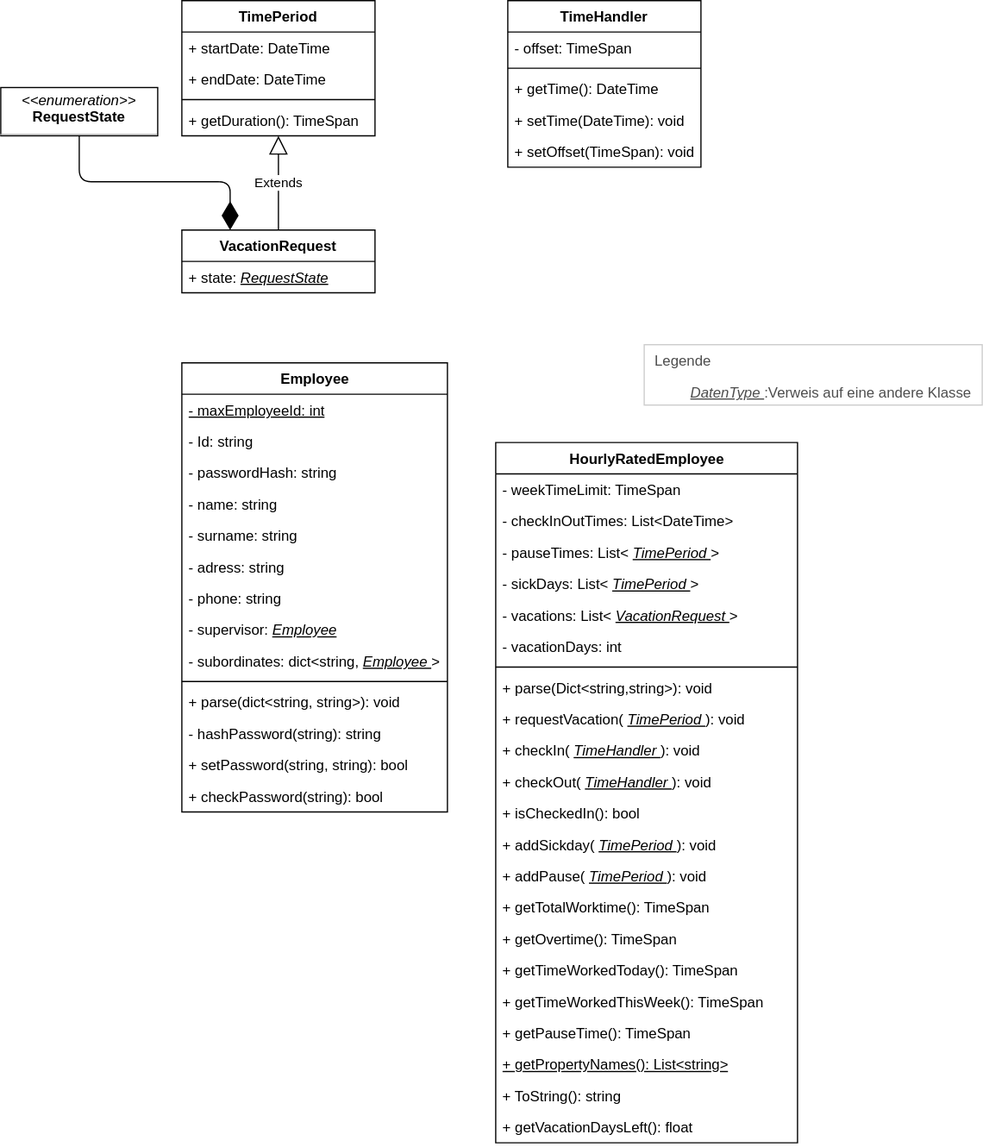
Earlier version of the draw.io export classdiagramm_ll.drawio.svg (leon2225/Mitarbeiterverwaltung). Source tidied: cells renumbered, new cells last; positions are measured from the earlier drawing's top-left corner, leaving out a move shared by most shapes.
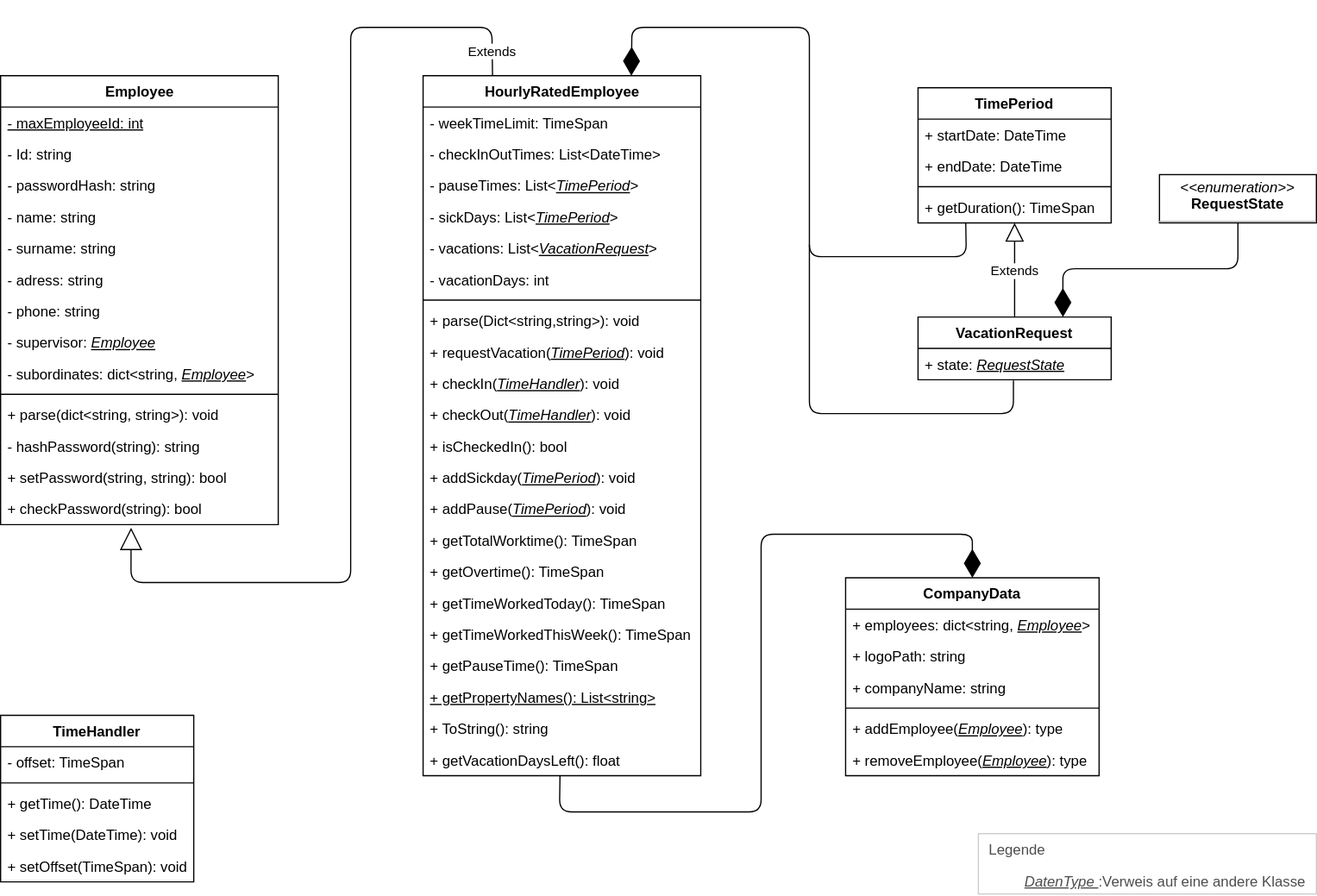
Later version of the same file.

Change to the diagram source:
```diff
@@ -5,3 +5,3 @@
     <mxCell id="2" style="group;" parent="1" vertex="1">
-      <mxGeometry x="533" y="285" width="280" height="50" as="geometry" />
+      <mxGeometry x="1082" y="713" width="280" height="50" as="geometry" />
     </mxCell>
@@ -14,3 +14,3 @@
     <mxCell id="5" value="TimePeriod" style="swimlane;fontStyle=1;align=center;verticalAlign=top;horizontal=1;startSize=26;" parent="1" vertex="1">
-      <mxGeometry x="150" width="160" height="112" as="geometry" />
+      <mxGeometry x="1032" y="95" width="160" height="112" as="geometry" />
     </mxCell>
@@ -29,6 +29,6 @@
     <mxCell id="10" value="&lt;p style=&quot;margin: 0px ; margin-top: 4px ; text-align: center&quot;&gt;&lt;i&gt;&amp;lt;&amp;lt;enumeration&amp;gt;&amp;gt;&lt;/i&gt;&lt;br&gt;&lt;b&gt;RequestState&lt;/b&gt;&lt;/p&gt;&lt;hr size=&quot;1&quot;&gt;&lt;p style=&quot;margin: 0px ; margin-left: 4px&quot;&gt;&lt;/p&gt;&lt;p style=&quot;margin: 0px ; margin-left: 4px&quot;&gt;&lt;br&gt;&lt;/p&gt;" style="verticalAlign=top;align=left;overflow=fill;fontSize=12;fontFamily=Helvetica;html=1;" parent="1" vertex="1">
-      <mxGeometry y="72" width="130" height="40" as="geometry" />
+      <mxGeometry x="1232" y="167" width="130" height="40" as="geometry" />
     </mxCell>
     <mxCell id="11" value="TimeHandler" style="swimlane;fontStyle=1;align=center;verticalAlign=top;horizontal=1;startSize=26;" parent="1" vertex="1">
-      <mxGeometry x="420" width="160" height="138" as="geometry" />
+      <mxGeometry x="272" y="615" width="160" height="138" as="geometry" />
     </mxCell>
@@ -50,3 +50,3 @@
     <mxCell id="17" value="VacationRequest" style="swimlane;fontStyle=1;align=center;verticalAlign=top;horizontal=1;startSize=26;" parent="1" vertex="1">
-      <mxGeometry x="150" y="190" width="160" height="52" as="geometry" />
+      <mxGeometry x="1032" y="285" width="160" height="52" as="geometry" />
     </mxCell>
@@ -58,7 +58,7 @@
     </mxCell>
-    <mxCell id="20" style="endArrow=diamondThin;endFill=1;endSize=21;html=1;exitX=0.5;exitY=1;exitDx=0;exitDy=0;entryX=0.25;entryY=0;entryDx=0;entryDy=0;" parent="1" edge="1" source="10" target="17">
+    <mxCell id="20" style="endArrow=diamondThin;endFill=1;endSize=21;html=1;exitX=0.5;exitY=1;exitDx=0;exitDy=0;entryX=0.75;entryY=0;entryDx=0;entryDy=0;" parent="1" edge="1" source="10" target="17">
       <mxGeometry relative="1" as="geometry">
         <Array as="points">
-          <mxPoint x="65" y="150" />
-          <mxPoint x="190" y="150" />
+          <mxPoint x="1297" y="245" />
+          <mxPoint x="1152" y="245" />
         </Array>
@@ -67,115 +67,175 @@
     <mxCell id="21" value="Employee" style="swimlane;fontStyle=1;align=center;verticalAlign=top;horizontal=1;startSize=26;html=1;" parent="1" vertex="1">
-      <mxGeometry x="150" y="300" width="220" height="372" as="geometry" />
+      <mxGeometry x="272" y="85" width="230" height="372" as="geometry" />
     </mxCell>
     <mxCell id="22" value="&lt;u&gt;- maxEmployeeId: int&lt;/u&gt;" style="text;strokeColor=none;fillColor=none;align=left;verticalAlign=top;spacingLeft=4;spacingRight=4;overflow=hidden;html=1;" parent="21" vertex="1">
-      <mxGeometry y="26" width="220" height="26" as="geometry" />
+      <mxGeometry y="26" width="230" height="26" as="geometry" />
     </mxCell>
     <mxCell id="23" value="- Id: string" style="text;strokeColor=none;fillColor=none;align=left;verticalAlign=top;spacingLeft=4;spacingRight=4;overflow=hidden;html=1;" parent="21" vertex="1">
-      <mxGeometry y="52" width="220" height="26" as="geometry" />
+      <mxGeometry y="52" width="230" height="26" as="geometry" />
     </mxCell>
     <mxCell id="24" value="- passwordHash: string" style="text;strokeColor=none;fillColor=none;align=left;verticalAlign=top;spacingLeft=4;spacingRight=4;overflow=hidden;html=1;" parent="21" vertex="1">
-      <mxGeometry y="78" width="220" height="26" as="geometry" />
+      <mxGeometry y="78" width="230" height="26" as="geometry" />
     </mxCell>
     <mxCell id="25" value="- name: string" style="text;strokeColor=none;fillColor=none;align=left;verticalAlign=top;spacingLeft=4;spacingRight=4;overflow=hidden;html=1;" parent="21" vertex="1">
-      <mxGeometry y="104" width="220" height="26" as="geometry" />
+      <mxGeometry y="104" width="230" height="26" as="geometry" />
     </mxCell>
     <mxCell id="26" value="- surname: string" style="text;strokeColor=none;fillColor=none;align=left;verticalAlign=top;spacingLeft=4;spacingRight=4;overflow=hidden;html=1;" parent="21" vertex="1">
-      <mxGeometry y="130" width="220" height="26" as="geometry" />
+      <mxGeometry y="130" width="230" height="26" as="geometry" />
     </mxCell>
     <mxCell id="27" value="- adress: string" style="text;strokeColor=none;fillColor=none;align=left;verticalAlign=top;spacingLeft=4;spacingRight=4;overflow=hidden;html=1;" parent="21" vertex="1">
-      <mxGeometry y="156" width="220" height="26" as="geometry" />
+      <mxGeometry y="156" width="230" height="26" as="geometry" />
     </mxCell>
     <mxCell id="28" value="- phone: string" style="text;strokeColor=none;fillColor=none;align=left;verticalAlign=top;spacingLeft=4;spacingRight=4;overflow=hidden;html=1;" parent="21" vertex="1">
-      <mxGeometry y="182" width="220" height="26" as="geometry" />
+      <mxGeometry y="182" width="230" height="26" as="geometry" />
     </mxCell>
     <mxCell id="29" value="- supervisor: &lt;u&gt;&lt;i&gt;Employee&lt;/i&gt;&lt;/u&gt;" style="text;strokeColor=none;fillColor=none;align=left;verticalAlign=top;spacingLeft=4;spacingRight=4;overflow=hidden;html=1;" parent="21" vertex="1">
-      <mxGeometry y="208" width="220" height="26" as="geometry" />
+      <mxGeometry y="208" width="230" height="26" as="geometry" />
     </mxCell>
     <mxCell id="30" value="- subordinates: dict&amp;lt;string, &lt;u&gt;&lt;i&gt;Employee&lt;/i&gt;&lt;/u&gt;&amp;gt;" style="text;strokeColor=none;fillColor=none;align=left;verticalAlign=top;spacingLeft=4;spacingRight=4;overflow=hidden;html=1;" parent="21" vertex="1">
-      <mxGeometry y="234" width="220" height="26" as="geometry" />
+      <mxGeometry y="234" width="230" height="26" as="geometry" />
     </mxCell>
     <mxCell id="31" style="line;strokeWidth=1;fillColor=none;align=left;verticalAlign=middle;spacingTop=-1;spacingLeft=3;spacingRight=3;labelPosition=right;html=1;" parent="21" vertex="1">
-      <mxGeometry y="260" width="220" height="8" as="geometry" />
+      <mxGeometry y="260" width="230" height="8" as="geometry" />
     </mxCell>
     <mxCell id="32" value="+ parse(dict&amp;lt;string, string&amp;gt;): void" style="text;strokeColor=none;fillColor=none;align=left;verticalAlign=top;spacingLeft=4;spacingRight=4;overflow=hidden;html=1;" parent="21" vertex="1">
-      <mxGeometry y="268" width="220" height="26" as="geometry" />
+      <mxGeometry y="268" width="230" height="26" as="geometry" />
     </mxCell>
     <mxCell id="33" value="- hashPassword(string): string" style="text;strokeColor=none;fillColor=none;align=left;verticalAlign=top;spacingLeft=4;spacingRight=4;overflow=hidden;html=1;" parent="21" vertex="1">
-      <mxGeometry y="294" width="220" height="26" as="geometry" />
+      <mxGeometry y="294" width="230" height="26" as="geometry" />
     </mxCell>
     <mxCell id="34" value="+ setPassword(string, string): bool" style="text;strokeColor=none;fillColor=none;align=left;verticalAlign=top;spacingLeft=4;spacingRight=4;overflow=hidden;html=1;" parent="21" vertex="1">
-      <mxGeometry y="320" width="220" height="26" as="geometry" />
+      <mxGeometry y="320" width="230" height="26" as="geometry" />
     </mxCell>
     <mxCell id="35" value="+ checkPassword(string): bool" style="text;strokeColor=none;fillColor=none;align=left;verticalAlign=top;spacingLeft=4;spacingRight=4;overflow=hidden;points=[[0,0.5],[1,0.5]];portConstraint=eastwest;html=1;" parent="21" vertex="1">
-      <mxGeometry y="346" width="220" height="26" as="geometry" />
+      <mxGeometry y="346" width="230" height="26" as="geometry" />
     </mxCell>
     <mxCell id="36" value="HourlyRatedEmployee" style="swimlane;fontStyle=1;align=center;verticalAlign=top;horizontal=1;startSize=26;html=1;" parent="1" vertex="1">
-      <mxGeometry x="410" y="366" width="250" height="580" as="geometry" />
+      <mxGeometry x="622" y="85" width="230" height="580" as="geometry" />
     </mxCell>
     <mxCell id="37" value="- weekTimeLimit: TimeSpan" style="text;strokeColor=none;fillColor=none;align=left;verticalAlign=top;spacingLeft=4;spacingRight=4;overflow=hidden;html=1;" parent="36" vertex="1">
-      <mxGeometry y="26" width="250" height="26" as="geometry" />
+      <mxGeometry y="26" width="230" height="26" as="geometry" />
     </mxCell>
     <mxCell id="38" value="- checkInOutTimes: List&amp;lt;DateTime&amp;gt;" style="text;strokeColor=none;fillColor=none;align=left;verticalAlign=top;spacingLeft=4;spacingRight=4;overflow=hidden;html=1;" parent="36" vertex="1">
-      <mxGeometry y="52" width="250" height="26" as="geometry" />
+      <mxGeometry y="52" width="230" height="26" as="geometry" />
     </mxCell>
     <mxCell id="39" value="- pauseTimes: List&amp;lt;&lt;i&gt;&lt;u&gt;TimePeriod&lt;/u&gt;&lt;/i&gt;&amp;gt;" style="text;strokeColor=none;fillColor=none;align=left;verticalAlign=top;spacingLeft=4;spacingRight=4;overflow=hidden;html=1;" parent="36" vertex="1">
-      <mxGeometry y="78" width="250" height="26" as="geometry" />
+      <mxGeometry y="78" width="230" height="26" as="geometry" />
     </mxCell>
     <mxCell id="40" value="- sickDays: List&amp;lt;&lt;i&gt;&lt;u&gt;TimePeriod&lt;/u&gt;&lt;/i&gt;&amp;gt;" style="text;strokeColor=none;fillColor=none;align=left;verticalAlign=top;spacingLeft=4;spacingRight=4;overflow=hidden;html=1;" parent="36" vertex="1">
-      <mxGeometry y="104" width="250" height="26" as="geometry" />
+      <mxGeometry y="104" width="230" height="26" as="geometry" />
     </mxCell>
     <mxCell id="41" value="- vacations: List&amp;lt;&lt;i&gt;&lt;u&gt;VacationRequest&lt;/u&gt;&lt;/i&gt;&amp;gt;" style="text;strokeColor=none;fillColor=none;align=left;verticalAlign=top;spacingLeft=4;spacingRight=4;overflow=hidden;html=1;" parent="36" vertex="1">
-      <mxGeometry y="130" width="250" height="26" as="geometry" />
+      <mxGeometry y="130" width="230" height="26" as="geometry" />
     </mxCell>
     <mxCell id="42" value="- vacationDays: int" style="text;strokeColor=none;fillColor=none;align=left;verticalAlign=top;spacingLeft=4;spacingRight=4;overflow=hidden;html=1;" parent="36" vertex="1">
-      <mxGeometry y="156" width="250" height="26" as="geometry" />
+      <mxGeometry y="156" width="230" height="26" as="geometry" />
     </mxCell>
     <mxCell id="43" style="line;strokeWidth=1;fillColor=none;align=left;verticalAlign=middle;spacingTop=-1;spacingLeft=3;spacingRight=3;labelPosition=right;html=1;" parent="36" vertex="1">
-      <mxGeometry y="182" width="250" height="8" as="geometry" />
+      <mxGeometry y="182" width="230" height="8" as="geometry" />
     </mxCell>
     <mxCell id="44" value="+ parse(Dict&amp;lt;string,string&amp;gt;): void" style="text;strokeColor=none;fillColor=none;align=left;verticalAlign=top;spacingLeft=4;spacingRight=4;overflow=hidden;html=1;" parent="36" vertex="1">
-      <mxGeometry y="190" width="250" height="26" as="geometry" />
+      <mxGeometry y="190" width="230" height="26" as="geometry" />
     </mxCell>
     <mxCell id="45" value="+ requestVacation(&lt;i&gt;&lt;u&gt;TimePeriod&lt;/u&gt;&lt;/i&gt;): void" style="text;strokeColor=none;fillColor=none;align=left;verticalAlign=top;spacingLeft=4;spacingRight=4;overflow=hidden;html=1;" parent="36" vertex="1">
-      <mxGeometry y="216" width="250" height="26" as="geometry" />
+      <mxGeometry y="216" width="230" height="26" as="geometry" />
     </mxCell>
     <mxCell id="46" value="+ checkIn(&lt;i&gt;&lt;u&gt;TimeHandler&lt;/u&gt;&lt;/i&gt;): void&amp;nbsp;" style="text;strokeColor=none;fillColor=none;align=left;verticalAlign=top;spacingLeft=4;spacingRight=4;overflow=hidden;html=1;" parent="36" vertex="1">
-      <mxGeometry y="242" width="250" height="26" as="geometry" />
+      <mxGeometry y="242" width="230" height="26" as="geometry" />
     </mxCell>
     <mxCell id="47" value="+ checkOut(&lt;i&gt;&lt;u&gt;TimeHandler&lt;/u&gt;&lt;/i&gt;): void&amp;nbsp;" style="text;strokeColor=none;fillColor=none;align=left;verticalAlign=top;spacingLeft=4;spacingRight=4;overflow=hidden;html=1;" parent="36" vertex="1">
-      <mxGeometry y="268" width="250" height="26" as="geometry" />
+      <mxGeometry y="268" width="230" height="26" as="geometry" />
     </mxCell>
     <mxCell id="48" value="+ isCheckedIn(): bool&amp;nbsp;" style="text;strokeColor=none;fillColor=none;align=left;verticalAlign=top;spacingLeft=4;spacingRight=4;overflow=hidden;html=1;" parent="36" vertex="1">
-      <mxGeometry y="294" width="250" height="26" as="geometry" />
+      <mxGeometry y="294" width="230" height="26" as="geometry" />
     </mxCell>
     <mxCell id="49" value="+ addSickday(&lt;i&gt;&lt;u&gt;TimePeriod&lt;/u&gt;&lt;/i&gt;): void" style="text;strokeColor=none;fillColor=none;align=left;verticalAlign=top;spacingLeft=4;spacingRight=4;overflow=hidden;html=1;" parent="36" vertex="1">
-      <mxGeometry y="320" width="250" height="26" as="geometry" />
+      <mxGeometry y="320" width="230" height="26" as="geometry" />
     </mxCell>
     <mxCell id="50" value="+ addPause(&lt;i&gt;&lt;u&gt;TimePeriod&lt;/u&gt;&lt;/i&gt;): void" style="text;strokeColor=none;fillColor=none;align=left;verticalAlign=top;spacingLeft=4;spacingRight=4;overflow=hidden;html=1;" parent="36" vertex="1">
-      <mxGeometry y="346" width="250" height="26" as="geometry" />
+      <mxGeometry y="346" width="230" height="26" as="geometry" />
     </mxCell>
     <mxCell id="51" value="+ getTotalWorktime(): TimeSpan" style="text;strokeColor=none;fillColor=none;align=left;verticalAlign=top;spacingLeft=4;spacingRight=4;overflow=hidden;html=1;" parent="36" vertex="1">
-      <mxGeometry y="372" width="250" height="26" as="geometry" />
+      <mxGeometry y="372" width="230" height="26" as="geometry" />
     </mxCell>
     <mxCell id="52" value="+ getOvertime(): TimeSpan" style="text;strokeColor=none;fillColor=none;align=left;verticalAlign=top;spacingLeft=4;spacingRight=4;overflow=hidden;html=1;" parent="36" vertex="1">
-      <mxGeometry y="398" width="250" height="26" as="geometry" />
+      <mxGeometry y="398" width="230" height="26" as="geometry" />
     </mxCell>
     <mxCell id="53" value="+ getTimeWorkedToday(): TimeSpan" style="text;strokeColor=none;fillColor=none;align=left;verticalAlign=top;spacingLeft=4;spacingRight=4;overflow=hidden;html=1;" parent="36" vertex="1">
-      <mxGeometry y="424" width="250" height="26" as="geometry" />
+      <mxGeometry y="424" width="230" height="26" as="geometry" />
     </mxCell>
     <mxCell id="54" value="+ getTimeWorkedThisWeek(): TimeSpan" style="text;strokeColor=none;fillColor=none;align=left;verticalAlign=top;spacingLeft=4;spacingRight=4;overflow=hidden;html=1;" parent="36" vertex="1">
-      <mxGeometry y="450" width="250" height="26" as="geometry" />
+      <mxGeometry y="450" width="230" height="26" as="geometry" />
     </mxCell>
     <mxCell id="55" value="+ getPauseTime(): TimeSpan" style="text;strokeColor=none;fillColor=none;align=left;verticalAlign=top;spacingLeft=4;spacingRight=4;overflow=hidden;html=1;" parent="36" vertex="1">
-      <mxGeometry y="476" width="250" height="26" as="geometry" />
+      <mxGeometry y="476" width="230" height="26" as="geometry" />
     </mxCell>
     <mxCell id="56" value="+ getPropertyNames(): List&amp;lt;string&amp;gt;" style="text;strokeColor=none;fillColor=none;align=left;verticalAlign=top;spacingLeft=4;spacingRight=4;overflow=hidden;html=1;fontStyle=4;" parent="36" vertex="1">
-      <mxGeometry y="502" width="250" height="26" as="geometry" />
+      <mxGeometry y="502" width="230" height="26" as="geometry" />
     </mxCell>
     <mxCell id="57" value="+ ToString(): string" style="text;strokeColor=none;fillColor=none;align=left;verticalAlign=top;spacingLeft=4;spacingRight=4;overflow=hidden;html=1;" parent="36" vertex="1">
-      <mxGeometry y="528" width="250" height="26" as="geometry" />
+      <mxGeometry y="528" width="230" height="26" as="geometry" />
     </mxCell>
     <mxCell id="58" value="+ getVacationDaysLeft(): float" style="text;strokeColor=none;fillColor=none;align=left;verticalAlign=top;spacingLeft=4;spacingRight=4;overflow=hidden;points=[[0,0.5],[1,0.5]];portConstraint=eastwest;html=1;" parent="36" vertex="1">
-      <mxGeometry y="554" width="250" height="26" as="geometry" />
+      <mxGeometry y="554" width="230" height="26" as="geometry" />
     </mxCell>
+    <mxCell id="59" value="CompanyData" style="swimlane;fontStyle=1;align=center;verticalAlign=top;horizontal=1;startSize=26;" parent="1" vertex="1">
+      <mxGeometry x="972" y="501" width="210" height="164" as="geometry" />
+    </mxCell>
+    <mxCell id="60" value="+ employees: dict&amp;lt;string, &lt;i&gt;&lt;u&gt;Employee&lt;/u&gt;&lt;/i&gt;&amp;gt;" style="text;strokeColor=none;fillColor=none;align=left;verticalAlign=top;spacingLeft=4;spacingRight=4;overflow=hidden;html=1;" parent="59" vertex="1">
+      <mxGeometry y="26" width="210" height="26" as="geometry" />
+    </mxCell>
+    <mxCell id="61" value="+ logoPath: string" style="text;strokeColor=none;fillColor=none;align=left;verticalAlign=top;spacingLeft=4;spacingRight=4;overflow=hidden;html=1;" parent="59" vertex="1">
+      <mxGeometry y="52" width="210" height="26" as="geometry" />
+    </mxCell>
+    <mxCell id="62" value="+ companyName: string" style="text;strokeColor=none;fillColor=none;align=left;verticalAlign=top;spacingLeft=4;spacingRight=4;overflow=hidden;html=1;" parent="59" vertex="1">
+      <mxGeometry y="78" width="210" height="26" as="geometry" />
+    </mxCell>
+    <mxCell id="63" style="line;strokeWidth=1;fillColor=none;align=left;verticalAlign=middle;spacingTop=-1;spacingLeft=3;spacingRight=3;labelPosition=right;" parent="59" vertex="1">
+      <mxGeometry y="104" width="210" height="8" as="geometry" />
+    </mxCell>
+    <mxCell id="64" value="+ addEmployee(&lt;i&gt;&lt;u&gt;Employee&lt;/u&gt;&lt;/i&gt;): type" style="text;strokeColor=none;fillColor=none;align=left;verticalAlign=top;spacingLeft=4;spacingRight=4;overflow=hidden;html=1;" parent="59" vertex="1">
+      <mxGeometry y="112" width="210" height="26" as="geometry" />
+    </mxCell>
+    <mxCell id="65" value="+ removeEmployee(&lt;i&gt;&lt;u&gt;Employee&lt;/u&gt;&lt;/i&gt;): type" style="text;strokeColor=none;fillColor=none;align=left;verticalAlign=top;spacingLeft=4;spacingRight=4;overflow=hidden;html=1;" parent="59" vertex="1">
+      <mxGeometry y="138" width="210" height="26" as="geometry" />
+    </mxCell>
+    <mxCell id="66" style="endArrow=diamondThin;endFill=1;endSize=21;html=1;exitX=0.247;exitY=0.985;exitDx=0;exitDy=0;entryX=0.75;entryY=0;entryDx=0;entryDy=0;exitPerimeter=0;" parent="1" edge="1" source="9" target="36">
+      <mxGeometry relative="1" as="geometry">
+        <Array as="points">
+          <mxPoint x="1072" y="235" />
+          <mxPoint x="942" y="235" />
+          <mxPoint x="942" y="45" />
+          <mxPoint x="795" y="45" />
+        </Array>
+      </mxGeometry>
+    </mxCell>
+    <mxCell id="67" style="endArrow=none;html=1;exitX=0.494;exitY=1.022;exitDx=0;exitDy=0;exitPerimeter=0;" parent="1" edge="1" source="18">
+      <mxGeometry relative="1" as="geometry">
+        <mxPoint x="942" y="225" as="targetPoint" />
+        <Array as="points">
+          <mxPoint x="1111" y="365" />
+          <mxPoint x="942" y="365" />
+        </Array>
+      </mxGeometry>
+    </mxCell>
+    <mxCell id="68" style="endArrow=diamondThin;endFill=1;endSize=21;html=1;exitX=0.493;exitY=1.016;exitDx=0;exitDy=0;entryX=0.5;entryY=0;entryDx=0;entryDy=0;exitPerimeter=0;" parent="1" edge="1" source="58" target="59">
+      <mxGeometry relative="1" as="geometry">
+        <Array as="points">
+          <mxPoint x="735" y="695" />
+          <mxPoint x="902" y="695" />
+          <mxPoint x="902" y="465" />
+          <mxPoint x="1077" y="465" />
+        </Array>
+      </mxGeometry>
+    </mxCell>
+    <mxCell id="69" value="Extends" style="endArrow=block;endSize=16;endFill=0;html=1;exitX=0.25;exitY=0;exitDx=0;exitDy=0;entryX=0.47;entryY=1.097;entryDx=0;entryDy=0;entryPerimeter=0;" parent="1" edge="1" source="36" target="35">
+      <mxGeometry x="-0.95" relative="1" as="geometry">
+        <Array as="points">
+          <mxPoint x="679" y="45" />
+          <mxPoint x="562" y="45" />
+          <mxPoint x="562" y="505" />
+          <mxPoint x="380" y="505" />
+        </Array>
+      </mxGeometry>
+    </mxCell>
   </root>
```
